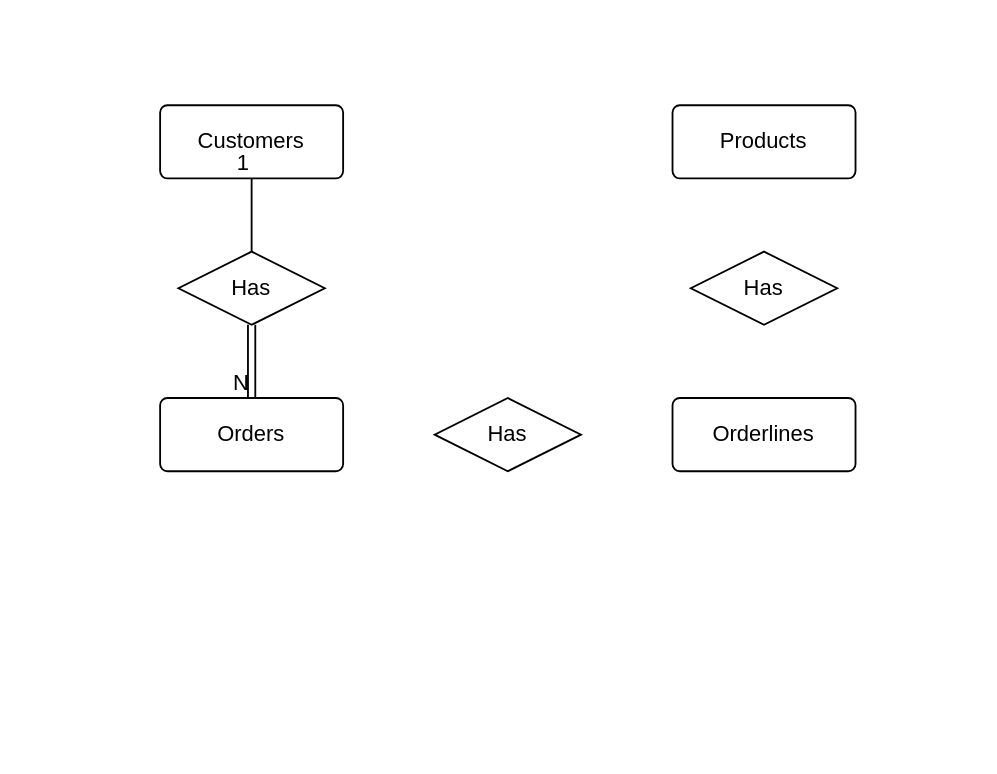
Above: Relationsmodel.drawio in MagRos715/inlamnning_1 (draw.io), before the change. Source tidied: cells renumbered, new cells numbered last; positions are measured from the earlier drawing's top-left corner, leaving out a move shared by most shapes. Both pictures are drawn from the tidied source at 183%, with x=0, y=0 at pixel (159, 104).
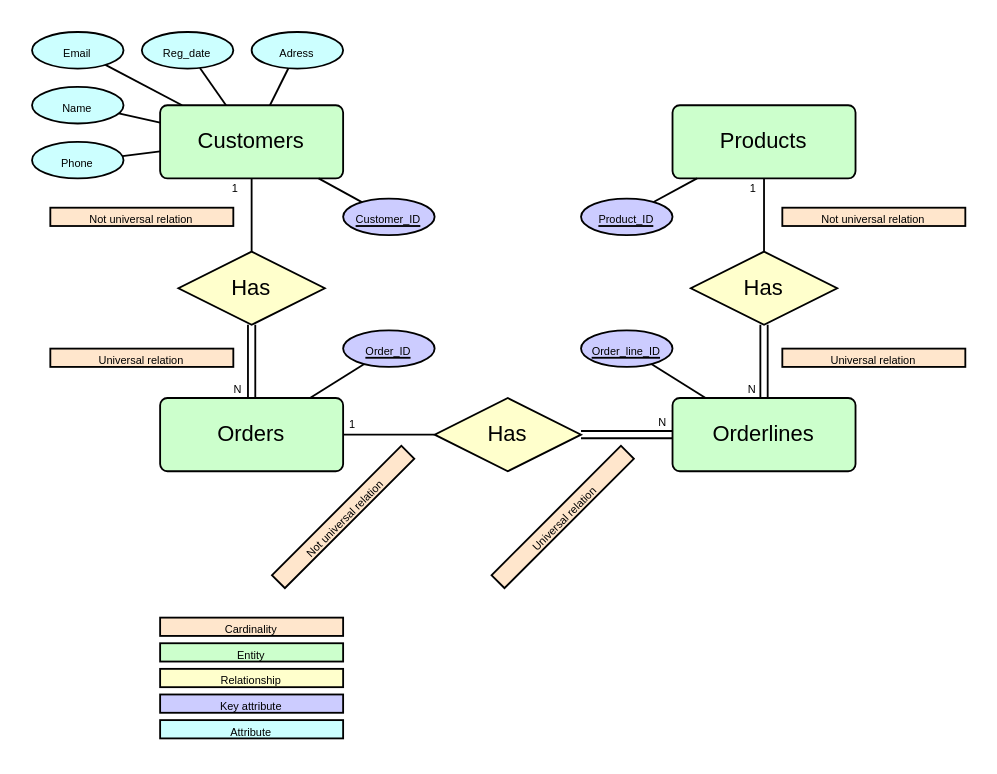
The same page after the edit.

Unchanged cells that the change refers to:
```xml
<mxCell id="9" style="endArrow=none;html=1;rounded=0;" parent="1" edge="1" source="6" target="2">
  <mxGeometry relative="1" as="geometry" />
</mxCell>
<mxCell id="11" style="shape=link;html=1;rounded=0;" parent="1" edge="1" source="6" target="4">
  <mxGeometry relative="1" as="geometry" />
</mxCell>
```

The edit, as a diff of the source:
```diff
@@
-    <mxCell id="2" value="Customers" style="rounded=1;arcSize=10;whiteSpace=wrap;html=1;align=center;" parent="1" vertex="1">
+    <mxCell id="2" value="Customers" style="rounded=1;arcSize=10;whiteSpace=wrap;html=1;align=center;fillColor=light-dark(#CCFFCC,var(--ge-dark-color, #121212));" parent="1" vertex="1">
       <mxGeometry width="100" height="40" as="geometry" />
     </mxCell>
-    <mxCell id="3" value="Orderlines" style="rounded=1;arcSize=10;whiteSpace=wrap;html=1;align=center;" parent="1" vertex="1">
+    <mxCell id="3" value="Orderlines" style="rounded=1;arcSize=10;whiteSpace=wrap;html=1;align=center;fillColor=light-dark(#CCFFCC,var(--ge-dark-color, #121212));" parent="1" vertex="1">
       <mxGeometry x="280" y="160" width="100" height="40" as="geometry" />
     </mxCell>
-    <mxCell id="4" value="Orders" style="rounded=1;arcSize=10;whiteSpace=wrap;html=1;align=center;" parent="1" vertex="1">
+    <mxCell id="4" value="Orders" style="rounded=1;arcSize=10;whiteSpace=wrap;html=1;align=center;fillColor=light-dark(#CCFFCC,var(--ge-dark-color, #121212));" parent="1" vertex="1">
       <mxGeometry y="160" width="100" height="40" as="geometry" />
     </mxCell>
-    <mxCell id="5" value="Products" style="rounded=1;arcSize=10;whiteSpace=wrap;html=1;align=center;" parent="1" vertex="1">
+    <mxCell id="5" value="Products" style="rounded=1;arcSize=10;whiteSpace=wrap;html=1;align=center;fillColor=light-dark(#CCFFCC,var(--ge-dark-color, #121212));" parent="1" vertex="1">
       <mxGeometry x="280" width="100" height="40" as="geometry" />
     </mxCell>
-    <mxCell id="6" value="Has" style="shape=rhombus;perimeter=rhombusPerimeter;whiteSpace=wrap;html=1;align=center;" parent="1" vertex="1">
+    <mxCell id="6" value="Has" style="shape=rhombus;perimeter=rhombusPerimeter;whiteSpace=wrap;html=1;align=center;fillColor=light-dark(#FFFFCC,var(--ge-dark-color, #121212));" parent="1" vertex="1">
       <mxGeometry x="10" y="80" width="80" height="40" as="geometry" />
     </mxCell>
-    <mxCell id="7" value="Has" style="shape=rhombus;perimeter=rhombusPerimeter;whiteSpace=wrap;html=1;align=center;" parent="1" vertex="1">
+    <mxCell id="7" value="Has" style="shape=rhombus;perimeter=rhombusPerimeter;whiteSpace=wrap;html=1;align=center;fillColor=light-dark(#FFFFCC,var(--ge-dark-color, #121212));" parent="1" vertex="1">
       <mxGeometry x="150" y="160" width="80" height="40" as="geometry" />
     </mxCell>
-    <mxCell id="8" value="Has" style="shape=rhombus;perimeter=rhombusPerimeter;whiteSpace=wrap;html=1;align=center;" parent="1" vertex="1">
+    <mxCell id="8" value="Has" style="shape=rhombus;perimeter=rhombusPerimeter;whiteSpace=wrap;html=1;align=center;fillColor=light-dark(#FFFFCC,var(--ge-dark-color, #121212));" parent="1" vertex="1">
       <mxGeometry x="290" y="80" width="80" height="40" as="geometry" />
     </mxCell>
@@
-    <mxCell id="10" value="1" style="html=1;whiteSpace=wrap;align=right;verticalAlign=bottom;" parent="9" vertex="1">
-      <mxGeometry x="1" relative="1" as="geometry" />
+    <mxCell id="10" value="&lt;font style=&quot;font-size: 6px;&quot;&gt;1&lt;/font&gt;" style="html=1;whiteSpace=wrap;align=right;verticalAlign=bottom;fillColor=light-dark(#FFE6CC,var(--ge-dark-color, #121212));" parent="9" vertex="1">
+      <mxGeometry x="1" relative="1" as="geometry">
+        <mxPoint x="-6" y="12" as="offset" />
+      </mxGeometry>
     </mxCell>
@@
-    <mxCell id="12" value="N" style="html=1;whiteSpace=wrap;align=right;verticalAlign=bottom;" parent="11" vertex="1">
-      <mxGeometry x="1" relative="1" as="geometry" />
+    <mxCell id="12" value="&lt;font style=&quot;font-size: 6px;&quot;&gt;N&lt;/font&gt;" style="html=1;whiteSpace=wrap;align=right;verticalAlign=bottom;fillColor=light-dark(#FFE6CC,var(--ge-dark-color, #121212));" parent="11" vertex="1">
+      <mxGeometry x="1" relative="1" as="geometry">
+        <mxPoint x="-4" y="2" as="offset" />
+      </mxGeometry>
     </mxCell>
+    <mxCell id="13" style="edgeStyle=orthogonalEdgeStyle;rounded=0;orthogonalLoop=1;jettySize=auto;html=1;exitX=0.5;exitY=1;exitDx=0;exitDy=0;" parent="1" edge="1">
+      <mxGeometry relative="1" as="geometry">
+        <mxPoint x="9" y="141" as="sourcePoint" />
+        <mxPoint x="9" y="141" as="targetPoint" />
+      </mxGeometry>
+    </mxCell>
+    <mxCell id="14" style="shape=link;html=1;rounded=0;" parent="1" edge="1" source="7" target="3">
+      <mxGeometry relative="1" as="geometry" />
+    </mxCell>
+    <mxCell id="15" value="&lt;font style=&quot;font-size: 6px;&quot;&gt;N&lt;/font&gt;" style="html=1;whiteSpace=wrap;align=right;verticalAlign=bottom;" parent="14" vertex="1">
+      <mxGeometry x="1" relative="1" as="geometry">
+        <mxPoint x="-2" as="offset" />
+      </mxGeometry>
+    </mxCell>
+    <mxCell id="16" style="endArrow=none;html=1;rounded=0;" parent="1" edge="1" source="7" target="4">
+      <mxGeometry relative="1" as="geometry" />
+    </mxCell>
+    <mxCell id="17" value="&lt;font style=&quot;font-size: 6px;&quot;&gt;1&lt;/font&gt;" style="html=1;whiteSpace=wrap;align=right;verticalAlign=bottom;" parent="16" vertex="1">
+      <mxGeometry x="1" relative="1" as="geometry">
+        <mxPoint x="8" y="1" as="offset" />
+      </mxGeometry>
+    </mxCell>
+    <mxCell id="18" value="&lt;font style=&quot;font-size: 6px;&quot;&gt;Cardinality&lt;/font&gt;" style="whiteSpace=wrap;html=1;align=center;fillColor=light-dark(#FFE6CC,var(--ge-dark-color, #121212));" parent="1" vertex="1">
+      <mxGeometry y="280" width="100" height="10" as="geometry" />
+    </mxCell>
+    <mxCell id="19" value="&lt;font style=&quot;font-size: 6px;&quot;&gt;Entity&lt;/font&gt;" style="whiteSpace=wrap;html=1;align=center;fillColor=light-dark(#CCFFCC,var(--ge-dark-color, #121212));" parent="1" vertex="1">
+      <mxGeometry y="294" width="100" height="10" as="geometry" />
+    </mxCell>
+    <mxCell id="20" value="&lt;font style=&quot;font-size: 6px;&quot;&gt;Relationship&lt;/font&gt;" style="whiteSpace=wrap;html=1;align=center;fillColor=light-dark(#FFFFCC,var(--ge-dark-color, #121212));" parent="1" vertex="1">
+      <mxGeometry y="308" width="100" height="10" as="geometry" />
+    </mxCell>
+    <mxCell id="21" value="&lt;font style=&quot;font-size: 6px;&quot;&gt;Not universal relation&lt;/font&gt;" style="whiteSpace=wrap;html=1;align=center;fillColor=light-dark(#FFE6CC,var(--ge-dark-color, #121212));rotation=-45;" parent="1" vertex="1">
+      <mxGeometry x="50" y="220" width="100" height="10" as="geometry" />
+    </mxCell>
+    <mxCell id="22" style="shape=link;html=1;rounded=0;" parent="1" edge="1" source="8" target="3">
+      <mxGeometry relative="1" as="geometry" />
+    </mxCell>
+    <mxCell id="23" value="&lt;font style=&quot;font-size: 6px;&quot;&gt;N&lt;/font&gt;" style="html=1;whiteSpace=wrap;align=right;verticalAlign=bottom;" parent="22" vertex="1">
+      <mxGeometry x="1" relative="1" as="geometry">
+        <mxPoint x="-3" y="2" as="offset" />
+      </mxGeometry>
+    </mxCell>
+    <mxCell id="24" value="&lt;font style=&quot;font-size: 6px;&quot;&gt;Universal relation&lt;/font&gt;" style="whiteSpace=wrap;html=1;align=center;fillColor=light-dark(#FFE6CC,var(--ge-dark-color, #121212));" parent="1" vertex="1">
+      <mxGeometry x="340" y="133" width="100" height="10" as="geometry" />
+    </mxCell>
+    <mxCell id="25" value="&lt;font style=&quot;font-size: 6px;&quot;&gt;Not universal relation&lt;/font&gt;" style="whiteSpace=wrap;html=1;align=center;fillColor=light-dark(#FFE6CC,var(--ge-dark-color, #121212));" parent="1" vertex="1">
+      <mxGeometry x="340" y="56" width="100" height="10" as="geometry" />
+    </mxCell>
+    <mxCell id="26" style="endArrow=none;html=1;rounded=0;" parent="1" edge="1" source="8" target="5">
+      <mxGeometry relative="1" as="geometry" />
+    </mxCell>
+    <mxCell id="27" value="&lt;font style=&quot;font-size: 6px;&quot;&gt;1&lt;/font&gt;" style="html=1;whiteSpace=wrap;align=right;verticalAlign=bottom;" parent="26" vertex="1">
+      <mxGeometry x="1" relative="1" as="geometry">
+        <mxPoint x="-3" y="12" as="offset" />
+      </mxGeometry>
+    </mxCell>
+    <mxCell id="28" value="&lt;font style=&quot;font-size: 6px;&quot;&gt;Universal relation&lt;/font&gt;" style="whiteSpace=wrap;html=1;align=center;fillColor=light-dark(#FFE6CC,var(--ge-dark-color, #121212));rotation=-45;" parent="1" vertex="1">
+      <mxGeometry x="170" y="220" width="100" height="10" as="geometry" />
+    </mxCell>
+    <mxCell id="29" value="&lt;font style=&quot;font-size: 6px;&quot;&gt;Not universal relation&lt;/font&gt;" style="whiteSpace=wrap;html=1;align=center;fillColor=light-dark(#FFE6CC,var(--ge-dark-color, #121212));" parent="1" vertex="1">
+      <mxGeometry x="-60" y="56" width="100" height="10" as="geometry" />
+    </mxCell>
+    <mxCell id="30" value="&lt;font style=&quot;font-size: 6px;&quot;&gt;Universal relation&lt;/font&gt;" style="whiteSpace=wrap;html=1;align=center;fillColor=light-dark(#FFE6CC,var(--ge-dark-color, #121212));" parent="1" vertex="1">
+      <mxGeometry x="-60" y="133" width="100" height="10" as="geometry" />
+    </mxCell>
+    <mxCell id="31" value="&lt;font style=&quot;font-size: 6px;&quot;&gt;Customer_ID&lt;/font&gt;" style="ellipse;whiteSpace=wrap;html=1;align=center;fontStyle=4;fillColor=light-dark(#CCCCFF,var(--ge-dark-color, #121212));" parent="1" vertex="1">
+      <mxGeometry x="100" y="51" width="50" height="20" as="geometry" />
+    </mxCell>
+    <mxCell id="32" value="&lt;span style=&quot;font-size: 6px;&quot;&gt;Name&lt;/span&gt;" style="ellipse;whiteSpace=wrap;html=1;align=center;fillColor=light-dark(#CCFFFF,var(--ge-dark-color, #121212));" parent="1" vertex="1">
+      <mxGeometry x="-70" y="-10" width="50" height="20" as="geometry" />
+    </mxCell>
+    <mxCell id="33" value="&lt;font style=&quot;font-size: 6px;&quot;&gt;Order_line_ID&lt;/font&gt;" style="ellipse;whiteSpace=wrap;html=1;align=center;fontStyle=4;fillColor=light-dark(#CCCCFF,var(--ge-dark-color, #121212));" parent="1" vertex="1">
+      <mxGeometry x="230" y="123" width="50" height="20" as="geometry" />
+    </mxCell>
+    <mxCell id="34" value="&lt;font style=&quot;font-size: 6px;&quot;&gt;Order_ID&lt;/font&gt;" style="ellipse;whiteSpace=wrap;html=1;align=center;fontStyle=4;fillColor=light-dark(#CCCCFF,var(--ge-dark-color, #121212));" parent="1" vertex="1">
+      <mxGeometry x="100" y="123" width="50" height="20" as="geometry" />
+    </mxCell>
+    <mxCell id="35" value="&lt;font style=&quot;font-size: 6px;&quot;&gt;Product_ID&lt;/font&gt;" style="ellipse;whiteSpace=wrap;html=1;align=center;fontStyle=4;fillColor=light-dark(#CCCCFF,var(--ge-dark-color, #121212));" parent="1" vertex="1">
+      <mxGeometry x="230" y="51" width="50" height="20" as="geometry" />
+    </mxCell>
+    <mxCell id="36" style="endArrow=none;html=1;rounded=0;" parent="1" edge="1" source="4" target="34">
+      <mxGeometry relative="1" as="geometry" />
+    </mxCell>
+    <mxCell id="37" style="endArrow=none;html=1;rounded=0;" parent="1" edge="1" source="33" target="3">
+      <mxGeometry relative="1" as="geometry" />
+    </mxCell>
+    <mxCell id="38" style="endArrow=none;html=1;rounded=0;" parent="1" edge="1" source="2" target="31">
+      <mxGeometry relative="1" as="geometry" />
+    </mxCell>
+    <mxCell id="39" style="endArrow=none;html=1;rounded=0;" parent="1" edge="1" source="35" target="5">
+      <mxGeometry relative="1" as="geometry" />
+    </mxCell>
+    <mxCell id="40" value="&lt;span style=&quot;font-size: 6px;&quot;&gt;Reg_date&lt;/span&gt;" style="ellipse;whiteSpace=wrap;html=1;align=center;fillColor=light-dark(#CCFFFF,var(--ge-dark-color, #121212));" parent="1" vertex="1">
+      <mxGeometry x="-10" y="-40" width="50" height="20" as="geometry" />
+    </mxCell>
+    <mxCell id="41" value="&lt;span style=&quot;font-size: 6px;&quot;&gt;Adress&lt;/span&gt;" style="ellipse;whiteSpace=wrap;html=1;align=center;fillColor=light-dark(#CCFFFF,var(--ge-dark-color, #121212));" parent="1" vertex="1">
+      <mxGeometry x="50" y="-40" width="50" height="20" as="geometry" />
+    </mxCell>
+    <mxCell id="42" value="&lt;span style=&quot;font-size: 6px;&quot;&gt;Email&lt;/span&gt;" style="ellipse;whiteSpace=wrap;html=1;align=center;fillColor=light-dark(#CCFFFF,var(--ge-dark-color, #121212));" parent="1" vertex="1">
+      <mxGeometry x="-70" y="-40" width="50" height="20" as="geometry" />
+    </mxCell>
+    <mxCell id="43" value="&lt;span style=&quot;font-size: 6px;&quot;&gt;Phone&lt;/span&gt;" style="ellipse;whiteSpace=wrap;html=1;align=center;fillColor=light-dark(#CCFFFF,var(--ge-dark-color, #121212));" parent="1" vertex="1">
+      <mxGeometry x="-70" y="20" width="50" height="20" as="geometry" />
+    </mxCell>
+    <mxCell id="44" style="endArrow=none;html=1;rounded=0;" parent="1" edge="1" source="2" target="41">
+      <mxGeometry relative="1" as="geometry" />
+    </mxCell>
+    <mxCell id="45" style="endArrow=none;html=1;rounded=0;" parent="1" edge="1" source="2" target="40">
+      <mxGeometry relative="1" as="geometry" />
+    </mxCell>
+    <mxCell id="46" style="endArrow=none;html=1;rounded=0;" parent="1" edge="1" source="42" target="2">
+      <mxGeometry relative="1" as="geometry" />
+    </mxCell>
+    <mxCell id="47" style="endArrow=none;html=1;rounded=0;" parent="1" edge="1" source="32" target="2">
+      <mxGeometry relative="1" as="geometry" />
+    </mxCell>
+    <mxCell id="48" style="endArrow=none;html=1;rounded=0;" parent="1" edge="1" source="43" target="2">
+      <mxGeometry relative="1" as="geometry" />
+    </mxCell>
+    <mxCell id="49" value="&lt;span style=&quot;font-size: 6px;&quot;&gt;Key attribute&lt;/span&gt;" style="whiteSpace=wrap;html=1;align=center;fillColor=light-dark(#CCCCFF,var(--ge-dark-color, #121212));" parent="1" vertex="1">
+      <mxGeometry y="322" width="100" height="10" as="geometry" />
+    </mxCell>
+    <mxCell id="50" value="&lt;font style=&quot;font-size: 6px;&quot;&gt;Attribute&lt;/font&gt;" style="whiteSpace=wrap;html=1;align=center;fillColor=light-dark(#CCFFFF,var(--ge-dark-color, #121212));" parent="1" vertex="1">
+      <mxGeometry y="336" width="100" height="10" as="geometry" />
+    </mxCell>
```
